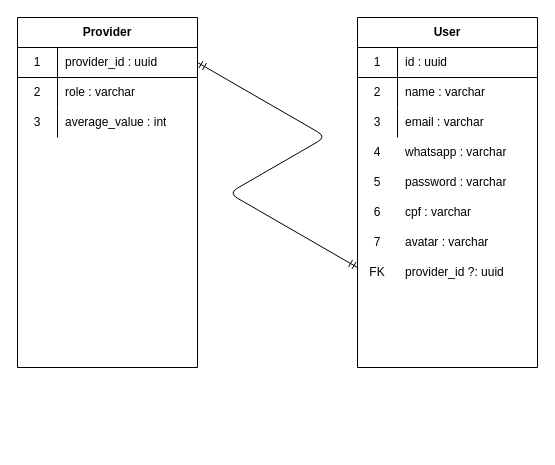
apsampaio/linse-backend keeps this draw.io diagram as database.drawio. Above is the earlier version. Source tidied: cells renumbered, new cells numbered last; positions are measured from the earlier drawing's top-left corner, leaving out a move shared by most shapes. Both pictures are drawn from the tidied source at 100%, with x=0, y=0 at pixel (17, 17).
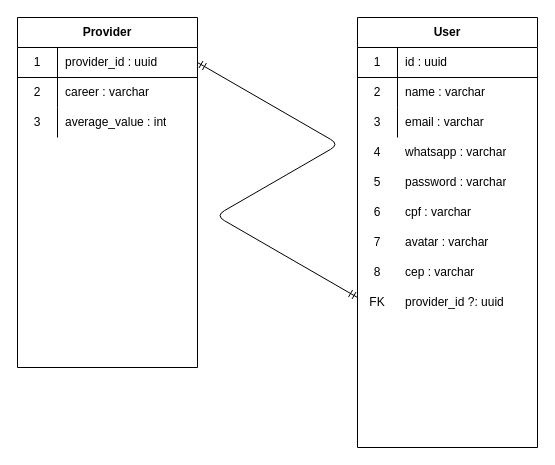
The same diagram, later.

Unchanged cells that the change refers to:
```xml
<mxCell id="23" style="shape=partialRectangle;html=1;whiteSpace=wrap;fillColor=none;top=0;left=0;bottom=1;right=0;points=[[0,0.5],[1,0.5]];portConstraint=eastwest;" parent="22" vertex="1">
  <mxGeometry y="30" width="180" height="30" as="geometry" />
</mxCell>
<mxCell id="26" style="shape=partialRectangle;html=1;whiteSpace=wrap;fillColor=none;top=0;left=0;bottom=0;right=0;" parent="22" vertex="1">
  <mxGeometry y="60" width="180" height="30" as="geometry" />
</mxCell>
```

What changed in the source:
```diff
@@
     <mxCell id="2" value="User" style="shape=table;html=1;whiteSpace=wrap;startSize=30;childLayout=tableLayout;rowLines=0;fontStyle=1;align=center;" parent="1" vertex="1">
-      <mxGeometry x="340" width="180" height="350" as="geometry" />
+      <mxGeometry x="340" width="180" height="430" as="geometry" />
     </mxCell>
@@
     <mxCell id="20" value="FK" style="shape=partialRectangle;html=1;whiteSpace=wrap;fillColor=none;top=0;left=0;bottom=0;right=0;overflow=hidden;" parent="1" vertex="1">
-      <mxGeometry x="340" y="240" width="40" height="30" as="geometry" />
+      <mxGeometry x="340" y="270" width="40" height="30" as="geometry" />
     </mxCell>
     <mxCell id="21" value="provider_id ?: uuid" style="shape=partialRectangle;html=1;whiteSpace=wrap;fillColor=none;top=0;left=0;bottom=0;right=0;align=left;spacingLeft=6;overflow=hidden;" parent="1" vertex="1">
-      <mxGeometry x="380" y="240" width="140" height="30" as="geometry" />
+      <mxGeometry x="380" y="270" width="140" height="30" as="geometry" />
     </mxCell>
@@
-    <mxCell id="28" value="role : varchar" style="shape=partialRectangle;html=1;whiteSpace=wrap;fillColor=none;top=0;left=0;bottom=0;right=0;align=left;spacingLeft=6;overflow=hidden;" parent="26" vertex="1">
+    <mxCell id="28" value="career : varchar" style="shape=partialRectangle;html=1;whiteSpace=wrap;fillColor=none;top=0;left=0;bottom=0;right=0;align=left;spacingLeft=6;overflow=hidden;" parent="26" vertex="1">
       <mxGeometry x="40" width="140" height="30" as="geometry" />
     </mxCell>
@@
     <mxCell id="32" style="edgeStyle=isometricEdgeStyle;fontSize=12;html=1;endArrow=ERmandOne;startArrow=ERmandOne;entryX=1;entryY=0.5;entryDx=0;entryDy=0;elbow=vertical;" parent="1" edge="1" target="23">
       <mxGeometry relative="1" as="geometry">
-        <mxPoint x="340" y="250" as="sourcePoint" />
+        <mxPoint x="340" y="280" as="sourcePoint" />
       </mxGeometry>
     </mxCell>
+    <mxCell id="33" value="8" style="shape=partialRectangle;html=1;whiteSpace=wrap;fillColor=none;top=0;left=0;bottom=0;right=0;overflow=hidden;" parent="1" vertex="1">
+      <mxGeometry x="340" y="240" width="40" height="30" as="geometry" />
+    </mxCell>
+    <mxCell id="34" value="cep : varchar" style="shape=partialRectangle;html=1;whiteSpace=wrap;fillColor=none;top=0;left=0;bottom=0;right=0;align=left;spacingLeft=6;overflow=hidden;" parent="1" vertex="1">
+      <mxGeometry x="380" y="240" width="140" height="30" as="geometry" />
+    </mxCell>
```
